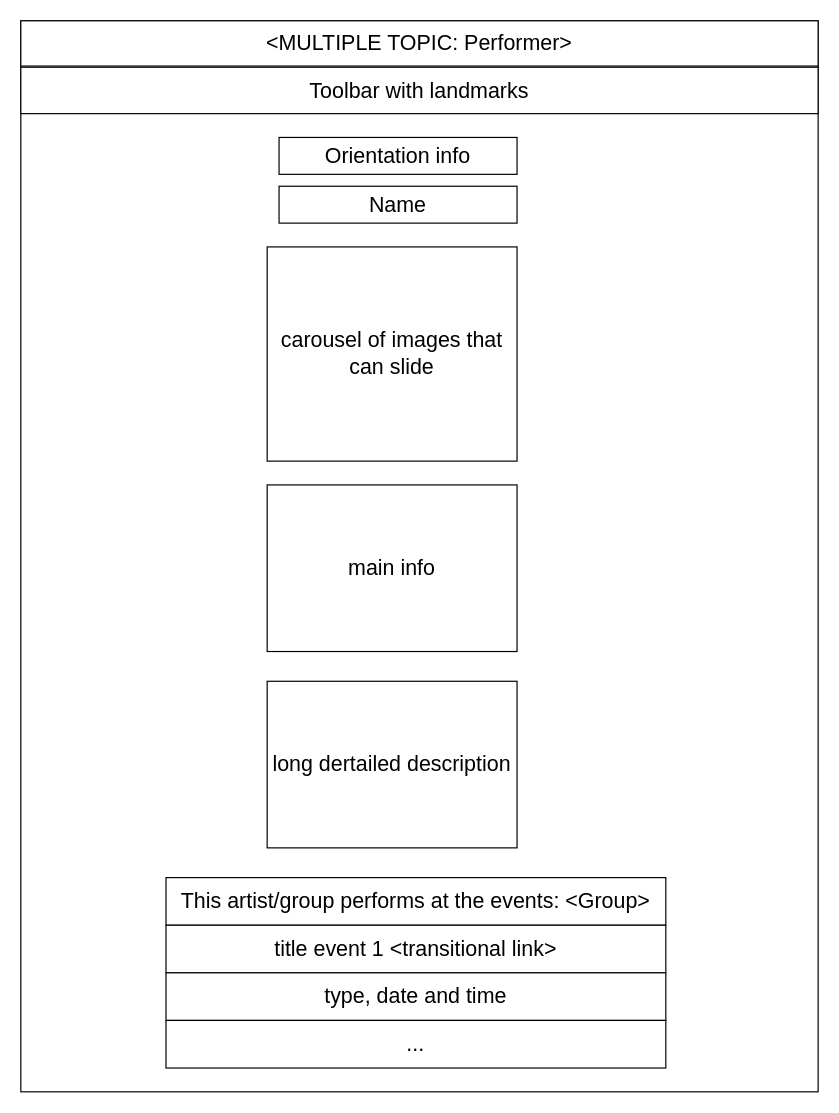
Before: other/documentation/frontend/DRAW IO desing/performer.drawio in LeonardoPanizzo/hypermedia2019, a draw.io diagram. Source tidied: cells renumbered, new cells numbered last; positions are measured from the earlier drawing's top-left corner, leaving out a move shared by most shapes. Both pictures are drawn from the tidied source at 119%, with x=0, y=0 at pixel (20, 20).
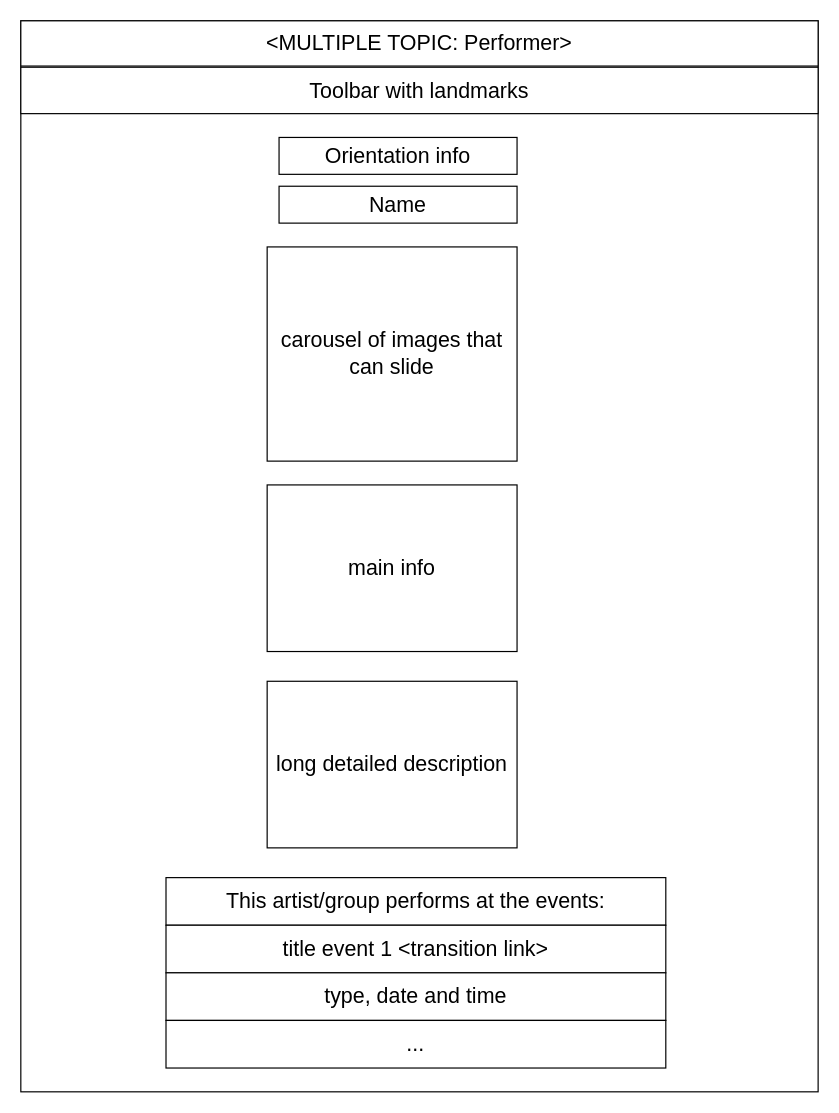
After the change.

Change to the diagram source:
```diff
@@
 <mxGraphModel>
   <root>
     <mxCell id="0" />
     <mxCell id="1" parent="0" />
     <mxCell id="2" style="rounded=0;whiteSpace=wrap;html=1;" parent="1" vertex="1">
       <mxGeometry width="670" height="900" as="geometry" />
     </mxCell>
     <mxCell id="3" value="&lt;div style=&quot;text-align: left ; font-size: 18px&quot;&gt;&lt;span&gt;&amp;lt;MULTIPLE TOPIC: Performer&lt;/span&gt;&lt;span&gt;&amp;gt;&lt;/span&gt;&lt;/div&gt;" style="rounded=0;whiteSpace=wrap;html=1;fontSize=18;" parent="1" vertex="1">
       <mxGeometry width="670" height="38" as="geometry" />
     </mxCell>
     <mxCell id="4" value="Toolbar with landmarks" style="rounded=0;whiteSpace=wrap;html=1;fontSize=18;" parent="1" vertex="1">
       <mxGeometry y="39" width="670" height="39" as="geometry" />
     </mxCell>
     <mxCell id="5" value="Orientation info" style="rounded=0;whiteSpace=wrap;html=1;fontSize=18;" parent="1" vertex="1">
       <mxGeometry x="217" y="98" width="200" height="31" as="geometry" />
     </mxCell>
     <mxCell id="6" value="carousel of images that can slide" style="rounded=0;whiteSpace=wrap;html=1;fontSize=18;" parent="1" vertex="1">
       <mxGeometry x="207" y="190" width="210" height="180" as="geometry" />
     </mxCell>
-    <mxCell id="7" value="long dertailed description" style="rounded=0;whiteSpace=wrap;html=1;fontSize=18;" parent="1" vertex="1">
+    <mxCell id="7" value="long detailed description" style="rounded=0;whiteSpace=wrap;html=1;fontSize=18;" parent="1" vertex="1">
       <mxGeometry x="207" y="555" width="210" height="140" as="geometry" />
     </mxCell>
-    <mxCell id="8" value="This artist/group performs at the events: &amp;lt;Group&amp;gt;" style="rounded=0;whiteSpace=wrap;html=1;fontSize=18;" parent="1" vertex="1">
+    <mxCell id="8" value="This artist/group performs at the events:" style="rounded=0;whiteSpace=wrap;html=1;fontSize=18;" parent="1" vertex="1">
       <mxGeometry x="122" y="720" width="420" height="40" as="geometry" />
     </mxCell>
-    <mxCell id="9" value="title event 1 &amp;lt;transitional link&amp;gt;" style="rounded=0;whiteSpace=wrap;html=1;fontSize=18;" parent="1" vertex="1">
+    <mxCell id="9" value="title event 1 &amp;lt;transition link&amp;gt;" style="rounded=0;whiteSpace=wrap;html=1;fontSize=18;" parent="1" vertex="1">
       <mxGeometry x="122" y="760" width="420" height="40" as="geometry" />
     </mxCell>
     <mxCell id="10" value="type, date and time" style="rounded=0;whiteSpace=wrap;html=1;fontSize=18;" parent="1" vertex="1">
       <mxGeometry x="122" y="800" width="420" height="40" as="geometry" />
     </mxCell>
     <mxCell id="11" value="..." style="rounded=0;whiteSpace=wrap;html=1;fontSize=18;" parent="1" vertex="1">
       <mxGeometry x="122" y="840" width="420" height="40" as="geometry" />
     </mxCell>
     <mxCell id="12" value="Name" style="rounded=0;whiteSpace=wrap;html=1;fontSize=18;" parent="1" vertex="1">
       <mxGeometry x="217" y="139" width="200" height="31" as="geometry" />
     </mxCell>
     <mxCell id="13" value="main info" style="rounded=0;whiteSpace=wrap;html=1;fontSize=18;" parent="1" vertex="1">
       <mxGeometry x="207" y="390" width="210" height="140" as="geometry" />
     </mxCell>
   </root>
 </mxGraphModel>
```
